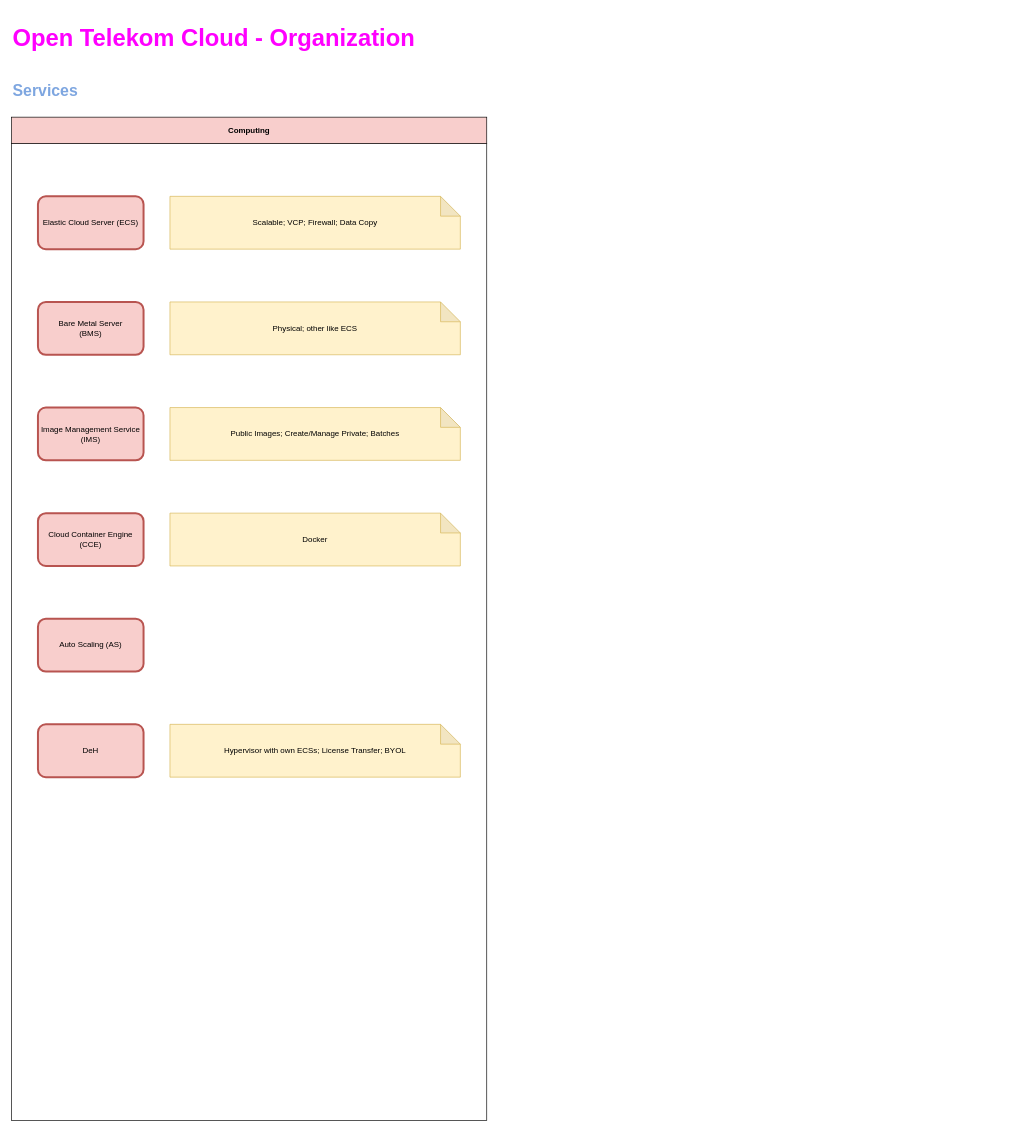
themue/OTC keeps this draw.io diagram as page "Services" (6 of 6) of Organization.drawio. Above is the earlier version. Source tidied: cells renumbered, new cells numbered last; positions are measured from the earlier drawing's top-left corner, leaving out a move shared by most shapes. Both pictures are drawn from the tidied source at 66%, with x=0, y=0 at pixel (11, 11).
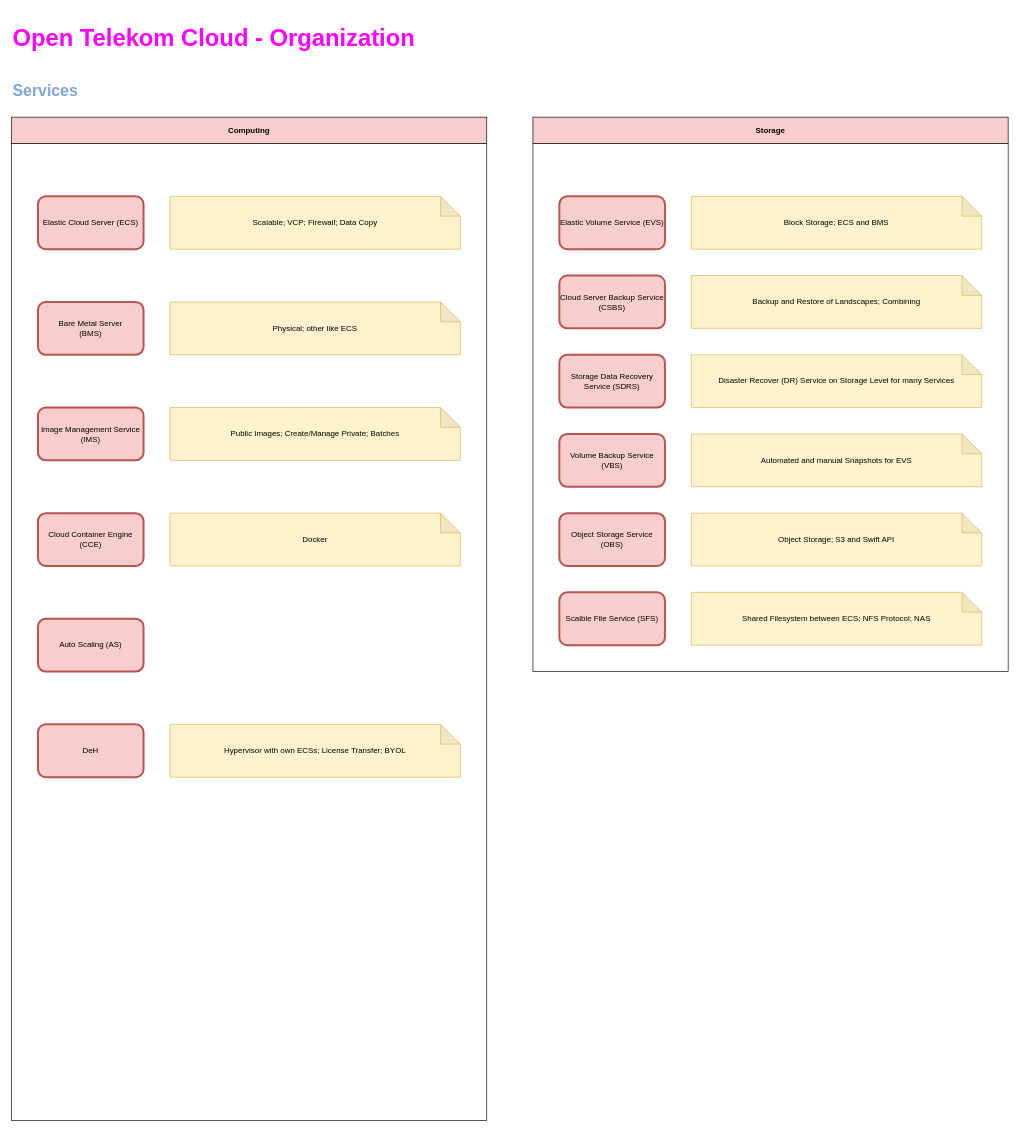
The same diagram, later.

Commit message:
Start with services

Diff of the diagram source:
```diff
@@
+    <mxCell id="17" style="rounded=0;whiteSpace=wrap;html=1;fillColor=none;" parent="1" vertex="1">
+      <mxGeometry x="790" y="200" width="720" height="800" as="geometry" />
+    </mxCell>
+    <mxCell id="18" value="Elastic Volume Service (EVS)" style="rounded=1;whiteSpace=wrap;html=1;fillColor=#f8cecc;strokeColor=#b85450;strokeWidth=3;glass=0;" parent="1" vertex="1">
+      <mxGeometry x="830" y="280" width="160" height="80" as="geometry" />
+    </mxCell>
+    <mxCell id="19" value="&lt;b&gt;Storage&lt;/b&gt;" style="text;html=1;align=center;verticalAlign=middle;whiteSpace=wrap;rounded=0;fillColor=#f8cecc;strokeColor=#000000;" parent="1" vertex="1">
+      <mxGeometry x="790" y="160" width="720" height="40" as="geometry" />
+    </mxCell>
+    <mxCell id="20" value="Block Storage; ECS and BMS" style="shape=note;whiteSpace=wrap;html=1;backgroundOutline=1;darkOpacity=0.05;fillColor=#fff2cc;strokeColor=#d6b656;" parent="1" vertex="1">
+      <mxGeometry x="1030" y="280" width="440" height="80" as="geometry" />
+    </mxCell>
+    <mxCell id="21" value="Cloud Server Backup Service (CSBS)" style="rounded=1;whiteSpace=wrap;html=1;fillColor=#f8cecc;strokeColor=#b85450;strokeWidth=3;glass=0;" parent="1" vertex="1">
+      <mxGeometry x="830" y="400" width="160" height="80" as="geometry" />
+    </mxCell>
+    <mxCell id="22" value="Backup and Restore of Landscapes; Combining" style="shape=note;whiteSpace=wrap;html=1;backgroundOutline=1;darkOpacity=0.05;fillColor=#fff2cc;strokeColor=#d6b656;" parent="1" vertex="1">
+      <mxGeometry x="1030" y="400" width="440" height="80" as="geometry" />
+    </mxCell>
+    <mxCell id="23" value="Storage Data Recovery Service (SDRS)" style="rounded=1;whiteSpace=wrap;html=1;fillColor=#f8cecc;strokeColor=#b85450;strokeWidth=3;glass=0;" parent="1" vertex="1">
+      <mxGeometry x="830" y="520" width="160" height="80" as="geometry" />
+    </mxCell>
+    <mxCell id="24" value="Disaster Recover (DR) Service on Storage Level for many Services" style="shape=note;whiteSpace=wrap;html=1;backgroundOutline=1;darkOpacity=0.05;fillColor=#fff2cc;strokeColor=#d6b656;" parent="1" vertex="1">
+      <mxGeometry x="1030" y="520" width="440" height="80" as="geometry" />
+    </mxCell>
+    <mxCell id="25" value="Volume Backup Service (VBS)" style="rounded=1;whiteSpace=wrap;html=1;fillColor=#f8cecc;strokeColor=#b85450;strokeWidth=3;glass=0;" parent="1" vertex="1">
+      <mxGeometry x="830" y="640" width="160" height="80" as="geometry" />
+    </mxCell>
+    <mxCell id="26" value="Automated and manual Snapshots for EVS" style="shape=note;whiteSpace=wrap;html=1;backgroundOutline=1;darkOpacity=0.05;fillColor=#fff2cc;strokeColor=#d6b656;" parent="1" vertex="1">
+      <mxGeometry x="1030" y="640" width="440" height="80" as="geometry" />
+    </mxCell>
+    <mxCell id="27" value="Object Storage Service (OBS)" style="rounded=1;whiteSpace=wrap;html=1;fillColor=#f8cecc;strokeColor=#b85450;strokeWidth=3;glass=0;" parent="1" vertex="1">
+      <mxGeometry x="830" y="760" width="160" height="80" as="geometry" />
+    </mxCell>
+    <mxCell id="28" value="Object Storage; S3 and Swift API" style="shape=note;whiteSpace=wrap;html=1;backgroundOutline=1;darkOpacity=0.05;fillColor=#fff2cc;strokeColor=#d6b656;" parent="1" vertex="1">
+      <mxGeometry x="1030" y="760" width="440" height="80" as="geometry" />
+    </mxCell>
+    <mxCell id="29" value="Scalble File Service (SFS)" style="rounded=1;whiteSpace=wrap;html=1;fillColor=#f8cecc;strokeColor=#b85450;strokeWidth=3;glass=0;" parent="1" vertex="1">
+      <mxGeometry x="830" y="880" width="160" height="80" as="geometry" />
+    </mxCell>
+    <mxCell id="30" value="Shared Filesystem between ECS; NFS Protocol; NAS" style="shape=note;whiteSpace=wrap;html=1;backgroundOutline=1;darkOpacity=0.05;fillColor=#fff2cc;strokeColor=#d6b656;" parent="1" vertex="1">
+      <mxGeometry x="1030" y="880" width="440" height="80" as="geometry" />
+    </mxCell>
```
